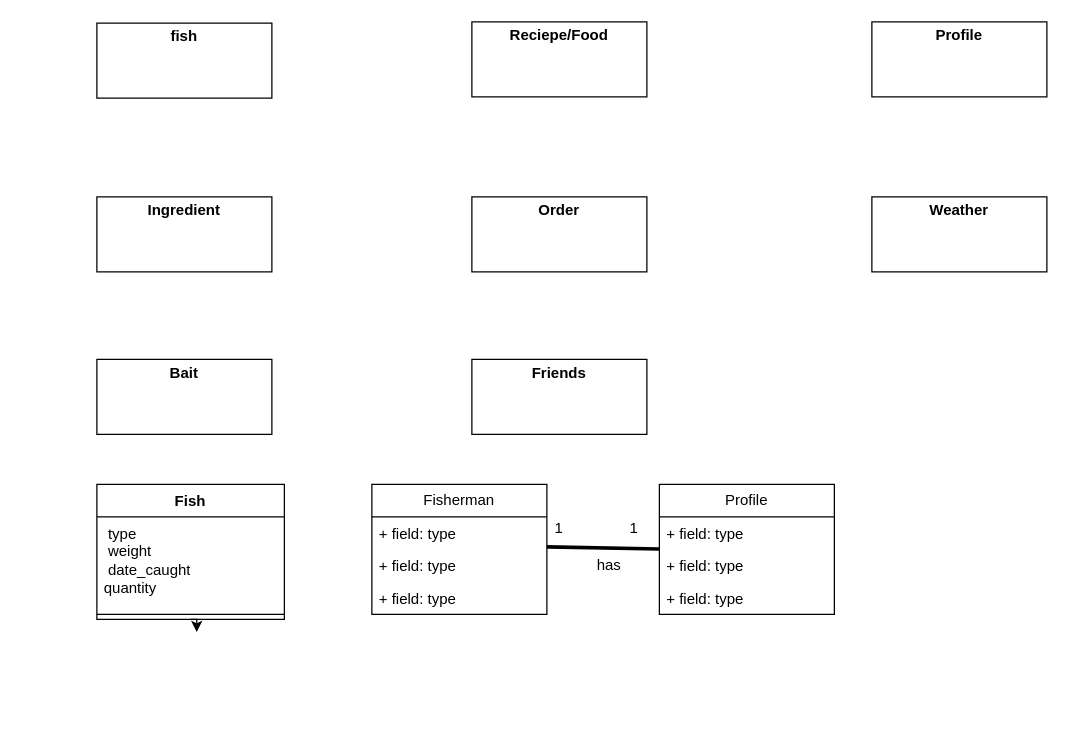
The draw.io diagram Deliverable 1/Untitled Diagram.drawio in TMCEID/SoftEngFishApp, before the edit. Source tidied: cells renumbered, new cells numbered last; positions are measured from the earlier drawing's top-left corner, leaving out a move shared by most shapes. Both pictures are drawn from the tidied source at 125%, with x=0, y=0 at pixel (96, 21).
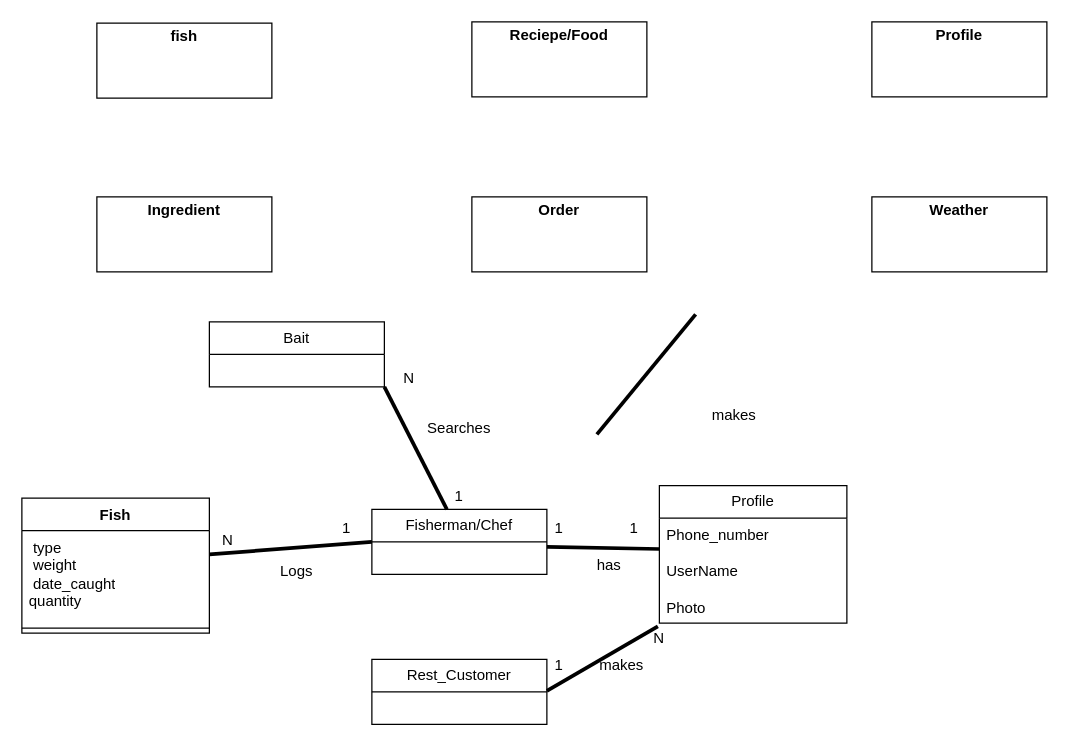
After the change.

What changed in the source:
```diff
@@
-    <mxCell id="4" value="&lt;p style=&quot;margin:0px;margin-top:4px;text-align:center;&quot;&gt;&lt;b&gt;Bait&lt;/b&gt;&lt;/p&gt;" style="verticalAlign=top;align=left;overflow=fill;html=1;whiteSpace=wrap;" parent="1" vertex="1">
-      <mxGeometry y="270" width="140" height="60" as="geometry" />
-    </mxCell>
@@
-    <mxCell id="6" value="&lt;p style=&quot;margin:0px;margin-top:4px;text-align:center;&quot;&gt;&lt;b&gt;Friends&lt;/b&gt;&lt;/p&gt;" style="verticalAlign=top;align=left;overflow=fill;html=1;whiteSpace=wrap;" parent="1" vertex="1">
-      <mxGeometry x="300" y="270" width="140" height="60" as="geometry" />
-    </mxCell>
@@
-    <mxCell id="10" style="edgeStyle=orthogonalEdgeStyle;rounded=0;jettySize=auto;html=1;exitX=0.5;exitY=1;exitDx=0;exitDy=0;" parent="1" edge="1" source="11">
-      <mxGeometry relative="1" as="geometry">
-        <mxPoint x="79.9" y="488.2" as="targetPoint" />
-      </mxGeometry>
-    </mxCell>
     <mxCell id="11" value="Fish" style="swimlane;fontStyle=1;align=center;verticalAlign=top;horizontal=1;startSize=26;whiteSpace=wrap;html=1;" parent="1" vertex="1">
-      <mxGeometry y="370" width="150" height="108" as="geometry" />
+      <mxGeometry x="-60" y="381" width="150" height="108" as="geometry" />
     </mxCell>
@@
-    <mxCell id="14" value="Fisherman" style="swimlane;fontStyle=0;horizontal=1;startSize=26;fillColor=none;whiteSpace=wrap;html=1;" parent="1" vertex="1">
-      <mxGeometry x="220" y="370" width="140" height="104" as="geometry" />
+    <mxCell id="14" value="Fisherman/Chef" style="swimlane;fontStyle=0;horizontal=1;startSize=26;fillColor=none;whiteSpace=wrap;html=1;" parent="1" vertex="1">
+      <mxGeometry x="220" y="390" width="140" height="52" as="geometry" />
     </mxCell>
-    <mxCell id="15" value="+ field: type" style="text;strokeColor=none;fillColor=none;align=left;verticalAlign=top;spacingLeft=4;spacingRight=4;overflow=hidden;whiteSpace=wrap;html=1;" parent="14" vertex="1">
-      <mxGeometry y="26" width="140" height="26" as="geometry" />
-    </mxCell>
-    <mxCell id="16" value="+ field: type" style="text;strokeColor=none;fillColor=none;align=left;verticalAlign=top;spacingLeft=4;spacingRight=4;overflow=hidden;whiteSpace=wrap;html=1;" parent="14" vertex="1">
-      <mxGeometry y="52" width="140" height="26" as="geometry" />
-    </mxCell>
-    <mxCell id="17" value="+ field: type" style="text;strokeColor=none;fillColor=none;align=left;verticalAlign=top;spacingLeft=4;spacingRight=4;overflow=hidden;whiteSpace=wrap;html=1;" parent="14" vertex="1">
-      <mxGeometry y="78" width="140" height="26" as="geometry" />
-    </mxCell>
     <mxCell id="18" value="Profile" style="swimlane;fontStyle=0;horizontal=1;startSize=26;fillColor=none;whiteSpace=wrap;html=1;" parent="1" vertex="1">
-      <mxGeometry x="450" y="370" width="140" height="104" as="geometry" />
+      <mxGeometry x="450" y="371" width="150" height="110" as="geometry" />
     </mxCell>
-    <mxCell id="19" value="+ field: type" style="text;strokeColor=none;fillColor=none;align=left;verticalAlign=top;spacingLeft=4;spacingRight=4;overflow=hidden;whiteSpace=wrap;html=1;" parent="18" vertex="1">
-      <mxGeometry y="26" width="140" height="26" as="geometry" />
-    </mxCell>
-    <mxCell id="20" value="+ field: type" style="text;strokeColor=none;fillColor=none;align=left;verticalAlign=top;spacingLeft=4;spacingRight=4;overflow=hidden;points=[[0,0.5],[1,0.5]];portConstraint=eastwest;whiteSpace=wrap;html=1;" parent="18" vertex="1">
-      <mxGeometry y="52" width="140" height="26" as="geometry" />
+    <mxCell id="20" value="&lt;div&gt;Phone_number&lt;/div&gt;&lt;div&gt;&lt;br&gt;&lt;/div&gt;&lt;div&gt;UserName&lt;/div&gt;&lt;div&gt;&lt;br&gt;&lt;/div&gt;&lt;div&gt;Photo&lt;/div&gt;" style="text;strokeColor=none;fillColor=none;align=left;verticalAlign=top;spacingLeft=4;spacingRight=4;overflow=hidden;points=[[0,0.5],[1,0.5]];portConstraint=eastwest;whiteSpace=wrap;html=1;" parent="18" vertex="1">
+      <mxGeometry y="26" width="150" height="84" as="geometry" />
     </mxCell>
-    <mxCell id="21" value="+ field: type" style="text;strokeColor=none;fillColor=none;align=left;verticalAlign=top;spacingLeft=4;spacingRight=4;overflow=hidden;whiteSpace=wrap;html=1;" parent="18" vertex="1">
-      <mxGeometry y="78" width="140" height="26" as="geometry" />
-    </mxCell>
@@
+    <mxCell id="26" value="Rest_Customer" style="swimlane;fontStyle=0;horizontal=1;startSize=26;fillColor=none;whiteSpace=wrap;html=1;" parent="1" vertex="1">
+      <mxGeometry x="220" y="510" width="140" height="52" as="geometry" />
+    </mxCell>
+    <mxCell id="27" style="endArrow=none;startArrow=none;endFill=0;startFill=0;endSize=8;html=1;verticalAlign=bottom;labelBackgroundColor=none;strokeWidth=3;rounded=0;entryX=-0.008;entryY=1.031;entryDx=0;entryDy=0;entryPerimeter=0;" parent="1" edge="1" target="20">
+      <mxGeometry relative="1" as="geometry">
+        <mxPoint x="360" y="535.2" as="sourcePoint" />
+      </mxGeometry>
+    </mxCell>
+    <mxCell id="28" value="makes" style="text;html=1;align=center;verticalAlign=middle;whiteSpace=wrap;rounded=0;" parent="1" vertex="1">
+      <mxGeometry x="390" y="500" width="60" height="30" as="geometry" />
+    </mxCell>
+    <mxCell id="29" value="1" style="text;html=1;align=center;verticalAlign=middle;whiteSpace=wrap;rounded=0;" parent="1" vertex="1">
+      <mxGeometry x="340" y="500" width="60" height="30" as="geometry" />
+    </mxCell>
+    <mxCell id="30" value="N" style="text;html=1;align=center;verticalAlign=middle;whiteSpace=wrap;rounded=0;" parent="1" vertex="1">
+      <mxGeometry x="420" y="478" width="60" height="30" as="geometry" />
+    </mxCell>
+    <mxCell id="31" style="endArrow=none;startArrow=none;endFill=0;startFill=0;endSize=8;html=1;verticalAlign=bottom;labelBackgroundColor=none;strokeWidth=3;rounded=0;entryX=-0.008;entryY=1.031;entryDx=0;entryDy=0;entryPerimeter=0;" parent="1" edge="1">
+      <mxGeometry relative="1" as="geometry">
+        <mxPoint x="400" y="330" as="sourcePoint" />
+        <mxPoint x="479" y="234" as="targetPoint" />
+      </mxGeometry>
+    </mxCell>
+    <mxCell id="32" style="endArrow=none;startArrow=none;endFill=0;startFill=0;endSize=8;html=1;verticalAlign=bottom;labelBackgroundColor=none;strokeWidth=3;rounded=0;entryX=0;entryY=0.5;entryDx=0;entryDy=0;" parent="1" edge="1" target="14">
+      <mxGeometry relative="1" as="geometry">
+        <mxPoint x="90" y="426" as="sourcePoint" />
+      </mxGeometry>
+    </mxCell>
+    <mxCell id="33" value="makes" style="text;html=1;align=center;verticalAlign=middle;whiteSpace=wrap;rounded=0;" parent="1" vertex="1">
+      <mxGeometry x="480" y="300" width="60" height="30" as="geometry" />
+    </mxCell>
+    <mxCell id="34" value="Logs" style="text;html=1;align=center;verticalAlign=middle;whiteSpace=wrap;rounded=0;" parent="1" vertex="1">
+      <mxGeometry x="140" y="430" width="40" height="20" as="geometry" />
+    </mxCell>
+    <mxCell id="35" value="1" style="text;html=1;align=center;verticalAlign=middle;whiteSpace=wrap;rounded=0;" parent="1" vertex="1">
+      <mxGeometry x="170" y="390" width="60" height="30" as="geometry" />
+    </mxCell>
+    <mxCell id="36" value="N" style="text;html=1;align=center;verticalAlign=middle;whiteSpace=wrap;rounded=0;" parent="1" vertex="1">
+      <mxGeometry x="90" y="400" width="30" height="30" as="geometry" />
+    </mxCell>
+    <mxCell id="4" value="Bait" style="swimlane;fontStyle=0;horizontal=1;startSize=26;fillColor=none;whiteSpace=wrap;html=1;" parent="1" vertex="1">
+      <mxGeometry x="90" y="240" width="140" height="52" as="geometry" />
+    </mxCell>
+    <mxCell id="37" style="endArrow=none;startArrow=none;endFill=0;startFill=0;endSize=8;html=1;verticalAlign=bottom;labelBackgroundColor=none;strokeWidth=3;rounded=0;entryX=1;entryY=1;entryDx=0;entryDy=0;" parent="1" edge="1" target="4">
+      <mxGeometry relative="1" as="geometry">
+        <mxPoint x="280" y="390" as="sourcePoint" />
+      </mxGeometry>
+    </mxCell>
+    <mxCell id="38" value="1" style="text;html=1;align=center;verticalAlign=middle;whiteSpace=wrap;rounded=0;" parent="1" vertex="1">
+      <mxGeometry x="270" y="370" width="40" height="20" as="geometry" />
+    </mxCell>
+    <mxCell id="39" value="N" style="text;html=1;align=center;verticalAlign=middle;whiteSpace=wrap;rounded=0;" parent="1" vertex="1">
+      <mxGeometry x="230" y="280" width="40" height="10" as="geometry" />
+    </mxCell>
+    <mxCell id="40" value="Searches" style="text;html=1;align=center;verticalAlign=middle;whiteSpace=wrap;rounded=0;" parent="1" vertex="1">
+      <mxGeometry x="260" y="310" width="60" height="30" as="geometry" />
+    </mxCell>
```
